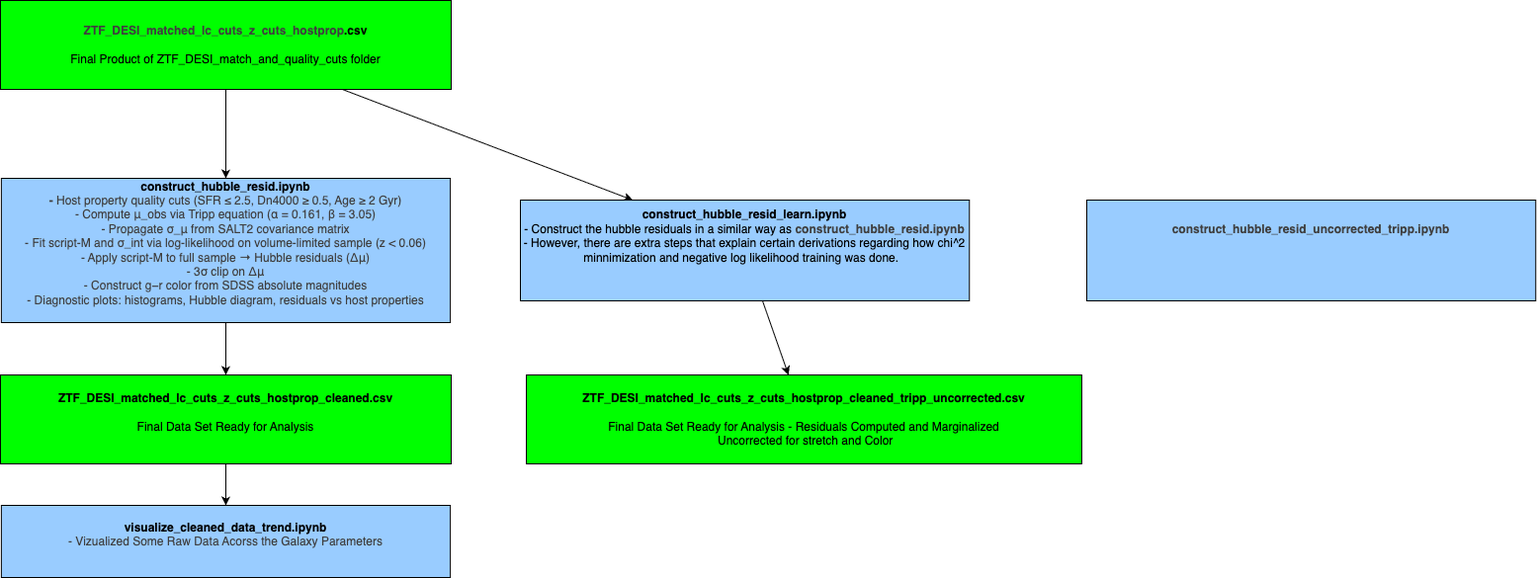
Above: ZTF_DESI_data_prep/ZTF_DESI_data_prep_directed_acyclic_graph.drawio.png in mwvgroup/myc21_first_paper (draw.io), before the change. Source tidied: cells renumbered, new cells last; positions are measured from the earlier drawing's top-left corner, leaving out a move shared by most shapes.
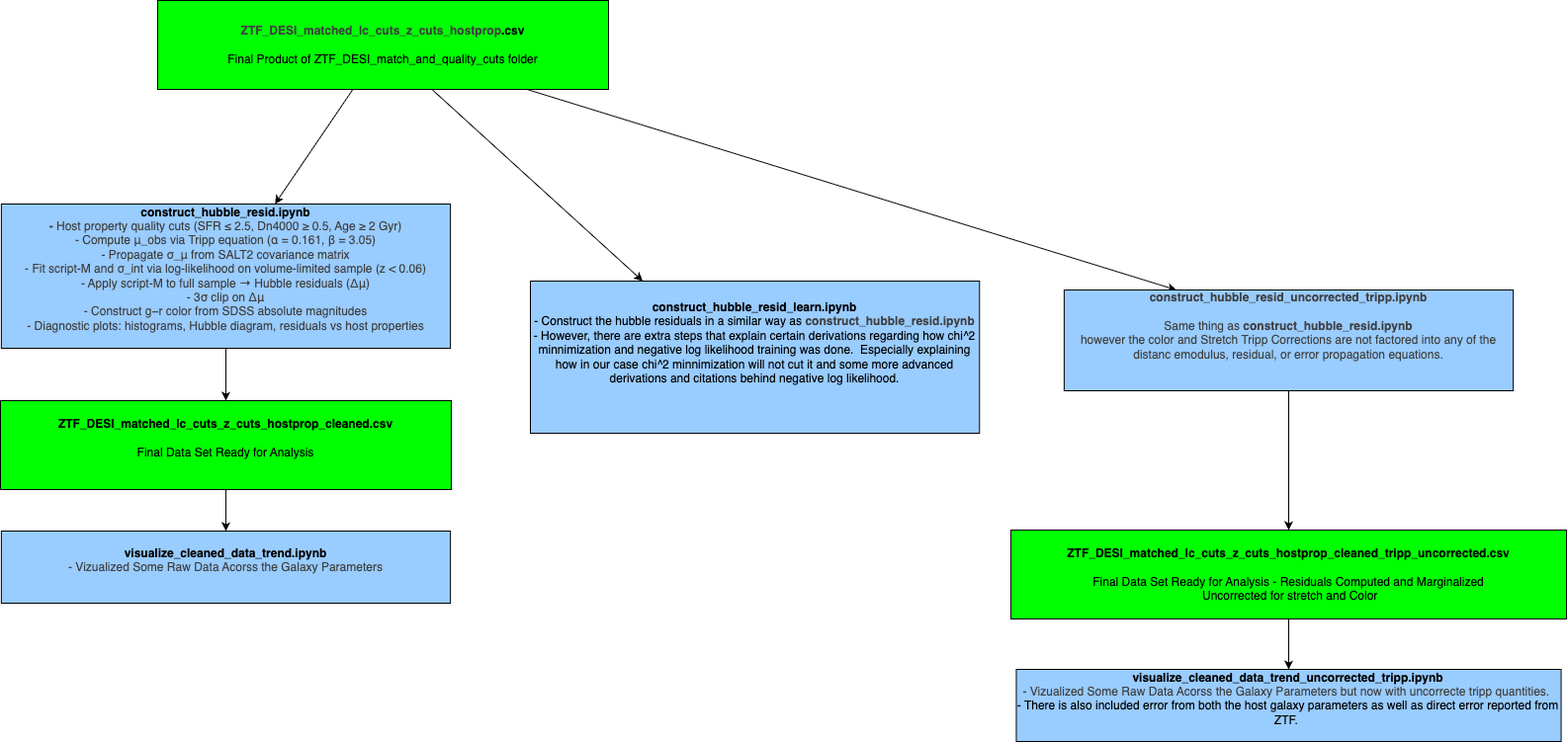
Above is the later version.

Commit message:
Ended up once again not just changing the ML work but also changing the data prep work. Decided to merge into main before I get merge conflicts.

What changed in the source:
```diff
@@ -5,9 +5,12 @@
     <mxCell id="2" style="edgeStyle=none;html=1;entryX=0.25;entryY=0;entryDx=0;entryDy=0;" parent="1" edge="1" source="4" target="11">
       <mxGeometry relative="1" as="geometry" />
     </mxCell>
-    <mxCell id="3" style="edgeStyle=none;html=1;" parent="1" edge="1" source="4" target="6">
+    <mxCell id="3" style="edgeStyle=none;html=1;entryX=0.25;entryY=0;entryDx=0;entryDy=0;" parent="1" edge="1" source="4" target="12">
       <mxGeometry relative="1" as="geometry" />
     </mxCell>
+    <mxCell id="14" style="edgeStyle=none;html=1;" parent="1" edge="1" source="4" target="6">
+      <mxGeometry relative="1" as="geometry" />
+    </mxCell>
     <mxCell id="4" value="&lt;div&gt;&lt;span style=&quot;color: rgb(63, 63, 63); background-color: transparent;&quot;&gt;&lt;b&gt;ZTF_DESI_matched_lc_cuts_z_cuts_hostprop&lt;/b&gt;&lt;/span&gt;&lt;b&gt;.csv&lt;br&gt;&lt;br&gt;&lt;/b&gt;&lt;/div&gt;&lt;div&gt;Final Product of ZTF_DESI_match_and_quality_cuts folder&lt;/div&gt;" style="rounded=0;whiteSpace=wrap;html=1;fillColor=#00FF00;strokeColor=default;" parent="1" vertex="1">
       <mxGeometry width="456" height="90" as="geometry" />
     </mxCell>
@@ -15,28 +18,34 @@
       <mxGeometry relative="1" as="geometry" />
     </mxCell>
     <mxCell id="6" value="&lt;div&gt;&lt;b&gt;construct_hubble_resid.ipynb&lt;/b&gt;&lt;/div&gt;&lt;div&gt;&lt;span style=&quot;background-color: transparent; color: rgb(63, 63, 63);&quot;&gt;&lt;b&gt;-&amp;nbsp;&lt;/b&gt;Host property quality cuts (SFR ≤ 2.5, Dn4000 ≥ 0.5, Age ≥ 2 Gyr)&lt;/span&gt;&lt;/div&gt;&lt;div&gt;&lt;span style=&quot;color: rgb(63, 63, 63); background-color: transparent;&quot;&gt;- Compute μ_obs via Tripp equation (α = 0.161, β = 3.05)&lt;/span&gt;&lt;/div&gt;&lt;div&gt;&lt;span style=&quot;color: rgb(63, 63, 63); background-color: transparent;&quot;&gt;- Propagate σ_μ from SALT2 covariance matrix&lt;/span&gt;&lt;/div&gt;&lt;div&gt;&lt;span style=&quot;color: rgb(63, 63, 63); background-color: transparent;&quot;&gt;- Fit script-M and σ_int via log-likelihood on volume-limited sample (z &amp;lt; 0.06)&lt;/span&gt;&lt;/div&gt;&lt;div&gt;&lt;span style=&quot;color: rgb(63, 63, 63); background-color: transparent;&quot;&gt;- Apply script-M to full sample → Hubble residuals (Δμ)&lt;/span&gt;&lt;/div&gt;&lt;div&gt;&lt;span style=&quot;color: rgb(63, 63, 63); background-color: transparent;&quot;&gt;- 3σ clip on Δμ&lt;/span&gt;&lt;/div&gt;&lt;div&gt;&lt;span style=&quot;color: rgb(63, 63, 63); background-color: transparent;&quot;&gt;- Construct g−r color from SDSS absolute magnitudes&lt;/span&gt;&lt;/div&gt;&lt;div&gt;&lt;span style=&quot;color: rgb(63, 63, 63); background-color: transparent;&quot;&gt;- Diagnostic plots: histograms, Hubble diagram, residuals vs host properties&lt;/span&gt;&lt;/div&gt;&lt;div&gt;&lt;br&gt;&lt;/div&gt;" style="rounded=0;whiteSpace=wrap;html=1;fillColor=#99CCFF;" parent="1" vertex="1">
-      <mxGeometry x="0.9" y="180" width="454.2" height="146" as="geometry" />
+      <mxGeometry x="-158.1" y="206" width="454.2" height="146" as="geometry" />
     </mxCell>
     <mxCell id="7" style="edgeStyle=none;html=1;" parent="1" edge="1" source="8" target="9">
       <mxGeometry relative="1" as="geometry" />
     </mxCell>
     <mxCell id="8" value="&lt;div&gt;&lt;b&gt;ZTF_DESI_matched_lc_cuts_z_cuts_hostprop_cleaned.csv&lt;/b&gt;&lt;/div&gt;&lt;div&gt;&lt;br&gt;Final Data Set Ready for Analysis&lt;/div&gt;&lt;div&gt;&lt;br&gt;&lt;/div&gt;" style="rounded=0;whiteSpace=wrap;html=1;fillColor=#00FF00;strokeColor=default;" parent="1" vertex="1">
-      <mxGeometry y="379" width="456" height="90" as="geometry" />
+      <mxGeometry x="-159" y="405" width="456" height="90" as="geometry" />
     </mxCell>
     <mxCell id="9" value="&lt;div&gt;&lt;span style=&quot;background-color: transparent;&quot;&gt;&lt;b&gt;visualize_cleaned_data_trend.ipynb&lt;/b&gt;&lt;/span&gt;&lt;/div&gt;&lt;div&gt;&lt;span style=&quot;color: rgb(63, 63, 63); background-color: transparent;&quot;&gt;- Vizualized Some Raw Data Acorss the Galaxy Parameters&lt;/span&gt;&lt;/div&gt;&lt;div&gt;&lt;br&gt;&lt;/div&gt;" style="rounded=0;whiteSpace=wrap;html=1;fillColor=#99CCFF;" parent="1" vertex="1">
-      <mxGeometry x="0.9" y="511" width="454.2" height="73" as="geometry" />
+      <mxGeometry x="-158.1" y="537" width="454.2" height="73" as="geometry" />
     </mxCell>
-    <mxCell id="10" style="edgeStyle=none;html=1;" parent="1" edge="1" source="11" target="13">
-      <mxGeometry relative="1" as="geometry" />
-    </mxCell>
-    <mxCell id="11" value="&lt;div&gt;&lt;span style=&quot;background-color: transparent;&quot;&gt;&lt;b&gt;construct_hubble_resid_learn.ipynb&lt;/b&gt;&lt;/span&gt;&lt;/div&gt;&lt;div&gt;- Construct the hubble residuals in a similar way as&amp;nbsp;&lt;b style=&quot;color: rgb(63, 63, 63); background-color: transparent; scrollbar-color: rgb(226, 226, 226) rgb(251, 251, 251);&quot;&gt;construct_hubble_resid.ipynb&lt;/b&gt;&lt;/div&gt;&lt;div&gt;- However, there are extra steps that explain certain derivations regarding how chi^2 minnimization and negative log likelihood training was done.&amp;nbsp;&amp;nbsp;&lt;/div&gt;&lt;div&gt;&lt;br&gt;&lt;/div&gt;&lt;div&gt;&lt;br&gt;&lt;/div&gt;" style="rounded=0;whiteSpace=wrap;html=1;fillColor=#99CCFF;" parent="1" vertex="1">
-      <mxGeometry x="526" y="202" width="454.2" height="102" as="geometry" />
+    <mxCell id="11" value="&lt;div&gt;&lt;span style=&quot;background-color: transparent;&quot;&gt;&lt;b&gt;construct_hubble_resid_learn.ipynb&lt;/b&gt;&lt;/span&gt;&lt;/div&gt;&lt;div&gt;- Construct the hubble residuals in a similar way as&amp;nbsp;&lt;b style=&quot;color: rgb(63, 63, 63); background-color: transparent; scrollbar-color: rgb(226, 226, 226) rgb(251, 251, 251);&quot;&gt;construct_hubble_resid.ipynb&lt;/b&gt;&lt;/div&gt;&lt;div&gt;- However, there are extra steps that explain certain derivations regarding how chi^2 minnimization and negative log likelihood training was done.&amp;nbsp; Especially explaining how in our case chi^2 minnimization will not cut it and some more advanced derivations and citations behind negative log likelihood.&lt;/div&gt;&lt;div&gt;&lt;br&gt;&lt;/div&gt;&lt;div&gt;&lt;br&gt;&lt;/div&gt;" style="rounded=0;whiteSpace=wrap;html=1;fillColor=#99CCFF;" parent="1" vertex="1">
+      <mxGeometry x="377" y="284" width="454.2" height="154" as="geometry" />
     </mxCell>
+    <mxCell id="15" style="edgeStyle=none;html=1;" parent="1" edge="1" source="12" target="13">
+      <mxGeometry relative="1" as="geometry" />
+    </mxCell>
-    <mxCell id="12" value="&lt;div style=&quot;color: rgb(63, 63, 63); scrollbar-color: rgb(226, 226, 226) rgb(251, 251, 251);&quot;&gt;&lt;b style=&quot;color: rgb(63, 63, 63); scrollbar-color: rgb(226, 226, 226) rgb(251, 251, 251);&quot;&gt;construct_hubble_resid_uncorrected_tripp.ipynb&lt;/b&gt;&lt;/div&gt;&lt;div&gt;&lt;span style=&quot;color: rgb(63, 63, 63); background-color: transparent;&quot;&gt;&amp;nbsp;&lt;/span&gt;&lt;/div&gt;&lt;div&gt;&lt;br&gt;&lt;/div&gt;&lt;div&gt;&lt;br&gt;&lt;/div&gt;" style="rounded=0;whiteSpace=wrap;html=1;fillColor=#99CCFF;" parent="1" vertex="1">
-      <mxGeometry x="1099" y="202" width="454.2" height="102" as="geometry" />
+    <mxCell id="12" value="&lt;div style=&quot;color: rgb(63, 63, 63); scrollbar-color: rgb(226, 226, 226) rgb(251, 251, 251);&quot;&gt;&lt;b style=&quot;color: rgb(63, 63, 63); scrollbar-color: rgb(226, 226, 226) rgb(251, 251, 251);&quot;&gt;construct_hubble_resid_uncorrected_tripp.ipynb&lt;/b&gt;&lt;/div&gt;&lt;div&gt;&lt;span style=&quot;color: rgb(63, 63, 63); background-color: transparent;&quot;&gt;&amp;nbsp;&lt;/span&gt;&lt;/div&gt;&lt;div&gt;&lt;span style=&quot;color: rgb(63, 63, 63); background-color: transparent;&quot;&gt;Same thing as&amp;nbsp;&lt;/span&gt;&lt;b style=&quot;background-color: transparent; scrollbar-color: rgb(226, 226, 226) rgb(251, 251, 251); color: rgb(63, 63, 63);&quot;&gt;construct_hubble_resid.ipynb&lt;/b&gt;&lt;/div&gt;&lt;div&gt;&lt;span style=&quot;background-color: transparent; scrollbar-color: rgb(226, 226, 226) rgb(251, 251, 251); color: rgb(63, 63, 63);&quot;&gt;however the color and Stretch Tripp Corrections are not factored into any of the distanc emodulus, residual, or error propagation equations.&lt;/span&gt;&lt;/div&gt;&lt;div&gt;&lt;br&gt;&lt;/div&gt;&lt;div&gt;&lt;br&gt;&lt;/div&gt;" style="rounded=0;whiteSpace=wrap;html=1;fillColor=#99CCFF;" parent="1" vertex="1">
+      <mxGeometry x="916.9" y="293" width="454.2" height="102" as="geometry" />
     </mxCell>
+    <mxCell id="16" style="edgeStyle=none;html=1;" parent="1" edge="1" source="13" target="17">
+      <mxGeometry relative="1" as="geometry" />
+    </mxCell>
     <mxCell id="13" value="&lt;div&gt;&lt;font color=&quot;#000000&quot;&gt;&lt;b&gt;ZTF_DESI_matched_lc_cuts_z_cuts_hostprop_cleaned_tripp_uncorrected.csv&lt;/b&gt;&lt;/font&gt;&lt;/div&gt;&lt;div&gt;&lt;br&gt;Final Data Set Ready for Analysis - Residuals Computed and Marginalized&lt;/div&gt;&lt;div&gt;&amp;nbsp;Uncorrected for stretch and Color&lt;/div&gt;" style="rounded=0;whiteSpace=wrap;html=1;fillColor=#00FF00;strokeColor=default;" parent="1" vertex="1">
-      <mxGeometry x="532" y="379" width="562" height="90" as="geometry" />
+      <mxGeometry x="863" y="536" width="562" height="90" as="geometry" />
     </mxCell>
+    <mxCell id="17" value="&lt;div&gt;&lt;span style=&quot;background-color: transparent;&quot;&gt;&lt;b&gt;visualize_cleaned_data_trend_uncorrected_tripp.ipynb&lt;/b&gt;&lt;/span&gt;&lt;/div&gt;&lt;div&gt;&lt;span style=&quot;color: rgb(63, 63, 63); background-color: transparent;&quot;&gt;- Vizualized Some Raw Data Acorss the Galaxy Parameters but now with uncorrecte tripp quantities.&amp;nbsp;&lt;/span&gt;&lt;/div&gt;&lt;div&gt;- There is also included error from both the host galaxy parameters as well as direct error reported from ZTF.&amp;nbsp;&lt;/div&gt;&lt;div&gt;&lt;br&gt;&lt;/div&gt;" style="rounded=0;whiteSpace=wrap;html=1;fillColor=#99CCFF;" parent="1" vertex="1">
+      <mxGeometry x="868.5" y="677" width="551.1" height="73" as="geometry" />
+    </mxCell>
   </root>
 </mxGraphModel>
```
